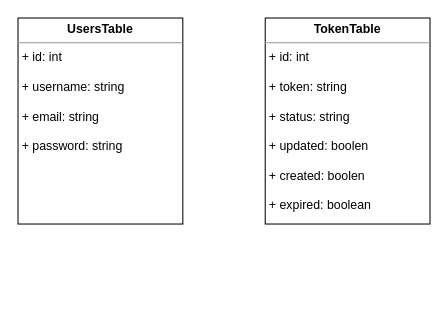
Earlier version of the draw.io diagram feature/fades_auth_db.drawio (ShiryaevNikolay/diagrams). Source tidied: cells renumbered, new cells numbered last; positions are measured from the earlier drawing's top-left corner, leaving out a move shared by most shapes. Both pictures are drawn from the tidied source at 103%, with x=0, y=0 at pixel (18, 18).
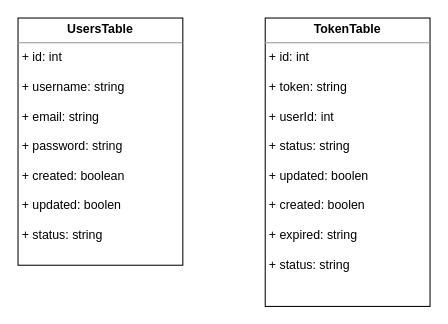
The same page after the edit.

The edit, as a diff of the source:
```diff
@@
 <mxGraphModel>
   <root>
     <mxCell id="0" />
     <mxCell id="1" parent="0" />
-    <mxCell id="2" value="&lt;p style=&quot;margin: 0px ; margin-top: 4px ; text-align: center&quot;&gt;&lt;b&gt;UsersTable&lt;/b&gt;&lt;/p&gt;&lt;hr size=&quot;1&quot;&gt;&lt;p style=&quot;margin: 0px ; margin-left: 4px&quot;&gt;+ id: int&lt;/p&gt;&lt;p style=&quot;margin: 0px ; margin-left: 4px&quot;&gt;&lt;br&gt;&lt;/p&gt;&lt;p style=&quot;margin: 0px ; margin-left: 4px&quot;&gt;+ username: string&lt;/p&gt;&lt;p style=&quot;margin: 0px ; margin-left: 4px&quot;&gt;&lt;br&gt;&lt;/p&gt;&lt;p style=&quot;margin: 0px ; margin-left: 4px&quot;&gt;+ email: string&lt;/p&gt;&lt;p style=&quot;margin: 0px ; margin-left: 4px&quot;&gt;&lt;br&gt;&lt;/p&gt;&lt;p style=&quot;margin: 0px ; margin-left: 4px&quot;&gt;+ password: string&lt;/p&gt;" style="verticalAlign=top;align=left;overflow=fill;fontSize=12;fontFamily=Helvetica;html=1;" parent="1" vertex="1">
-      <mxGeometry width="160" height="200" as="geometry" />
+    <mxCell id="2" value="&lt;p style=&quot;margin: 0px ; margin-top: 4px ; text-align: center&quot;&gt;&lt;b&gt;UsersTable&lt;/b&gt;&lt;/p&gt;&lt;hr size=&quot;1&quot;&gt;&lt;p style=&quot;margin: 0px ; margin-left: 4px&quot;&gt;+ id: int&lt;/p&gt;&lt;p style=&quot;margin: 0px ; margin-left: 4px&quot;&gt;&lt;br&gt;&lt;/p&gt;&lt;p style=&quot;margin: 0px ; margin-left: 4px&quot;&gt;+ username: string&lt;/p&gt;&lt;p style=&quot;margin: 0px ; margin-left: 4px&quot;&gt;&lt;br&gt;&lt;/p&gt;&lt;p style=&quot;margin: 0px ; margin-left: 4px&quot;&gt;+ email: string&lt;/p&gt;&lt;p style=&quot;margin: 0px ; margin-left: 4px&quot;&gt;&lt;br&gt;&lt;/p&gt;&lt;p style=&quot;margin: 0px ; margin-left: 4px&quot;&gt;+ password: string&lt;/p&gt;&lt;p style=&quot;margin: 0px ; margin-left: 4px&quot;&gt;&lt;br&gt;&lt;/p&gt;&lt;p style=&quot;margin: 0px ; margin-left: 4px&quot;&gt;+ created: boolean&lt;/p&gt;&lt;p style=&quot;margin: 0px ; margin-left: 4px&quot;&gt;&lt;br&gt;&lt;/p&gt;&lt;p style=&quot;margin: 0px ; margin-left: 4px&quot;&gt;+ updated: boolen&lt;/p&gt;&lt;p style=&quot;margin: 0px ; margin-left: 4px&quot;&gt;&lt;br&gt;&lt;/p&gt;&lt;p style=&quot;margin: 0px ; margin-left: 4px&quot;&gt;+ status: string&lt;/p&gt;" style="verticalAlign=top;align=left;overflow=fill;fontSize=12;fontFamily=Helvetica;html=1;" parent="1" vertex="1">
+      <mxGeometry width="160" height="240" as="geometry" />
     </mxCell>
-    <mxCell id="3" value="&lt;p style=&quot;margin: 0px ; margin-top: 4px ; text-align: center&quot;&gt;&lt;b&gt;TokenTable&lt;/b&gt;&lt;/p&gt;&lt;hr size=&quot;1&quot;&gt;&lt;p style=&quot;margin: 0px ; margin-left: 4px&quot;&gt;+ id: int&lt;/p&gt;&lt;p style=&quot;margin: 0px ; margin-left: 4px&quot;&gt;&lt;br&gt;&lt;/p&gt;&lt;p style=&quot;margin: 0px ; margin-left: 4px&quot;&gt;+ token: string&lt;/p&gt;&lt;p style=&quot;margin: 0px ; margin-left: 4px&quot;&gt;&lt;br&gt;&lt;/p&gt;&lt;p style=&quot;margin: 0px ; margin-left: 4px&quot;&gt;+ status: string&lt;/p&gt;&lt;p style=&quot;margin: 0px ; margin-left: 4px&quot;&gt;&lt;br&gt;&lt;/p&gt;&lt;p style=&quot;margin: 0px ; margin-left: 4px&quot;&gt;+ updated: boolen&lt;/p&gt;&lt;p style=&quot;margin: 0px ; margin-left: 4px&quot;&gt;&lt;br&gt;&lt;/p&gt;&lt;p style=&quot;margin: 0px ; margin-left: 4px&quot;&gt;+ created: boolen&lt;/p&gt;&lt;p style=&quot;margin: 0px ; margin-left: 4px&quot;&gt;&lt;br&gt;&lt;/p&gt;&lt;p style=&quot;margin: 0px ; margin-left: 4px&quot;&gt;+&amp;nbsp;expired: boolean&lt;/p&gt;" style="verticalAlign=top;align=left;overflow=fill;fontSize=12;fontFamily=Helvetica;html=1;" parent="1" vertex="1">
-      <mxGeometry x="240" width="160" height="200" as="geometry" />
+    <mxCell id="3" value="&lt;p style=&quot;margin: 0px ; margin-top: 4px ; text-align: center&quot;&gt;&lt;b&gt;TokenTable&lt;/b&gt;&lt;/p&gt;&lt;hr size=&quot;1&quot;&gt;&lt;p style=&quot;margin: 0px ; margin-left: 4px&quot;&gt;+ id: int&lt;/p&gt;&lt;p style=&quot;margin: 0px ; margin-left: 4px&quot;&gt;&lt;br&gt;&lt;/p&gt;&lt;p style=&quot;margin: 0px ; margin-left: 4px&quot;&gt;+ token: string&lt;/p&gt;&lt;p style=&quot;margin: 0px ; margin-left: 4px&quot;&gt;&lt;br&gt;&lt;/p&gt;&lt;p style=&quot;margin: 0px ; margin-left: 4px&quot;&gt;+ userId: int&lt;/p&gt;&lt;p style=&quot;margin: 0px ; margin-left: 4px&quot;&gt;&lt;br&gt;&lt;/p&gt;&lt;p style=&quot;margin: 0px ; margin-left: 4px&quot;&gt;+ status: string&lt;/p&gt;&lt;p style=&quot;margin: 0px ; margin-left: 4px&quot;&gt;&lt;br&gt;&lt;/p&gt;&lt;p style=&quot;margin: 0px ; margin-left: 4px&quot;&gt;+ updated: boolen&lt;/p&gt;&lt;p style=&quot;margin: 0px ; margin-left: 4px&quot;&gt;&lt;br&gt;&lt;/p&gt;&lt;p style=&quot;margin: 0px ; margin-left: 4px&quot;&gt;+ created: boolen&lt;/p&gt;&lt;p style=&quot;margin: 0px ; margin-left: 4px&quot;&gt;&lt;br&gt;&lt;/p&gt;&lt;p style=&quot;margin: 0px ; margin-left: 4px&quot;&gt;+&amp;nbsp;expired: string&lt;/p&gt;&lt;p style=&quot;margin: 0px ; margin-left: 4px&quot;&gt;&lt;br&gt;&lt;/p&gt;&lt;p style=&quot;margin: 0px ; margin-left: 4px&quot;&gt;+ status: string&lt;/p&gt;" style="verticalAlign=top;align=left;overflow=fill;fontSize=12;fontFamily=Helvetica;html=1;" parent="1" vertex="1">
+      <mxGeometry x="240" width="160" height="280" as="geometry" />
     </mxCell>
   </root>
 </mxGraphModel>
```
